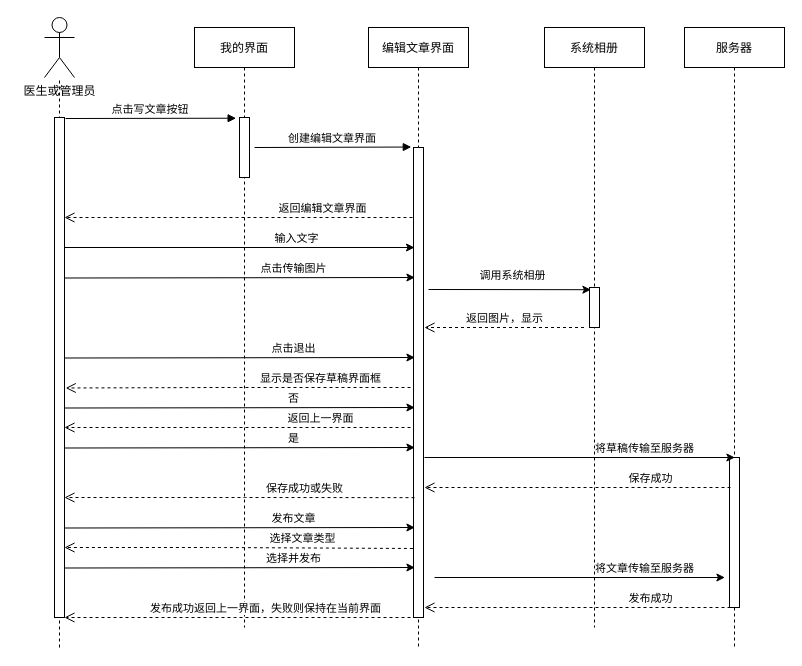
Earlier version of the draw.io diagram 编辑文章时序图.drawio (Darius-H/Diagram-Folder). Source tidied: cells renumbered, new cells numbered last; positions are measured from the earlier drawing's top-left corner, leaving out a move shared by most shapes. Both pictures are drawn from the tidied source at 100%, with x=0, y=0 at pixel (44, 17).
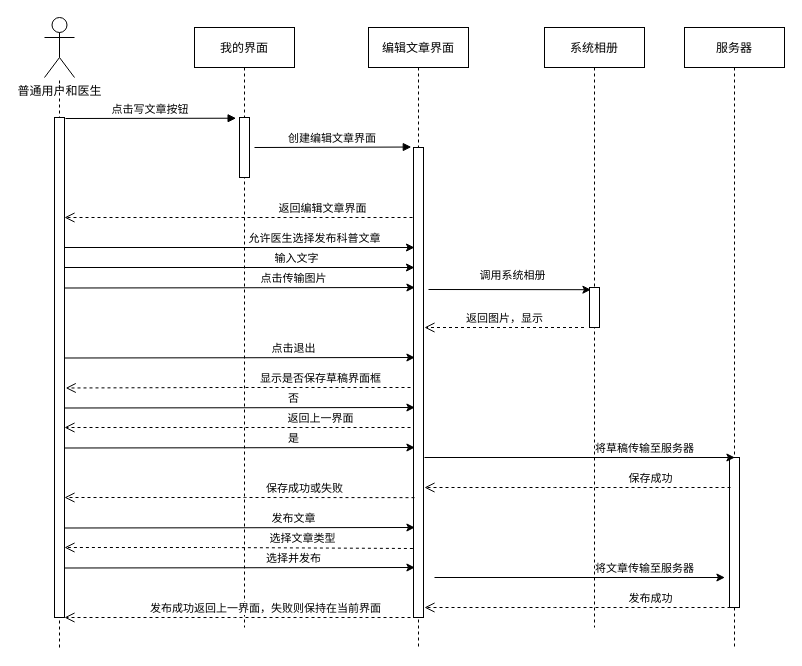
Above is the later version.

Commit message:
Update 编辑文章时序图.drawio

What changed in the source:
```diff
@@
-    <mxCell id="7" value="医生或管理员" style="shape=umlActor;verticalLabelPosition=bottom;verticalAlign=top;html=1;outlineConnect=0;fontStyle=0;fontFamily=Helvetica;" parent="1" vertex="1">
+    <mxCell id="7" value="普通用户和医生" style="shape=umlActor;verticalLabelPosition=bottom;verticalAlign=top;html=1;outlineConnect=0;fontStyle=0;fontFamily=Helvetica;" parent="1" vertex="1">
       <mxGeometry width="30" height="60" as="geometry" />
     </mxCell>
@@
     <mxCell id="17" style="endArrow=classic;html=1;" parent="1" edge="1">
       <mxGeometry relative="1" as="geometry">
-        <mxPoint x="20" y="230" as="sourcePoint" />
-        <mxPoint x="370" y="230" as="targetPoint" />
+        <mxPoint x="20" y="250" as="sourcePoint" />
+        <mxPoint x="370" y="250" as="targetPoint" />
       </mxGeometry>
     </mxCell>
@@
     <mxCell id="19" style="endArrow=classic;html=1;exitX=0.96;exitY=0.502;exitDx=0;exitDy=0;exitPerimeter=0;" parent="1" edge="1">
       <mxGeometry relative="1" as="geometry">
-        <mxPoint x="20" y="260.5" as="sourcePoint" />
-        <mxPoint x="370.4" y="260" as="targetPoint" />
+        <mxPoint x="20" y="270.5" as="sourcePoint" />
+        <mxPoint x="370.4" y="270" as="targetPoint" />
       </mxGeometry>
     </mxCell>
@@
+    <mxCell id="44" style="endArrow=classic;html=1;" parent="1" edge="1">
+      <mxGeometry relative="1" as="geometry">
+        <mxPoint x="20" y="230" as="sourcePoint" />
+        <mxPoint x="370" y="230" as="targetPoint" />
+      </mxGeometry>
+    </mxCell>
+    <mxCell id="45" value="允许医生选择发布科普文章" style="edgeLabel;html=1;align=center;verticalAlign=middle;" parent="44" vertex="1">
+      <mxGeometry x="0.11" y="4" relative="1" as="geometry">
+        <mxPoint x="55" y="-6" as="offset" />
+      </mxGeometry>
+    </mxCell>
```
